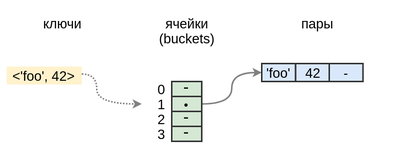
puzpuzpuz/talks keeps this draw.io diagram as 2021-ru-es6-collection-internals/slides/images/hash-table-3.png. Above is the earlier version. Source tidied: cells renumbered, new cells last; positions are measured from the earlier drawing's top-left corner, leaving out a move shared by most shapes. The source it was exported from:
```xml
<mxGraphModel>
  <root>
    <mxCell id="0" />
    <mxCell id="1" parent="0" />
    <mxCell id="2" style="endArrow=classic;html=1;fontSize=6;startSize=3;endSize=3;edgeStyle=orthogonalEdgeStyle;curved=1;strokeColor=#808080;entryX=0;entryY=0.5;entryDx=0;entryDy=0;" parent="1" edge="1" source="5" target="18">
      <mxGeometry relative="1" as="geometry">
        <Array as="points">
          <mxPoint x="150" y="65" />
          <mxPoint x="150" y="44" />
        </Array>
      </mxGeometry>
    </mxCell>
    <mxCell id="3" value="-" style="rounded=0;whiteSpace=wrap;html=1;fillColor=#d5e8d4;strokeColor=#333333;fontSize=11;spacingBottom=4;spacingTop=1;" parent="1" vertex="1">
      <mxGeometry x="110" y="50" width="20" height="10" as="geometry" />
    </mxCell>
    <mxCell id="4" value="0" style="text;html=1;strokeColor=none;fillColor=none;align=right;verticalAlign=middle;whiteSpace=wrap;rounded=0;opacity=0;fontSize=9;spacingRight=2;" parent="1" vertex="1">
      <mxGeometry x="90" y="50" width="20" height="10" as="geometry" />
    </mxCell>
    <mxCell id="5" value="•" style="rounded=0;whiteSpace=wrap;html=1;fillColor=#d5e8d4;strokeColor=#333333;fontSize=8;spacingBottom=4;spacingTop=5;" parent="1" vertex="1">
      <mxGeometry x="110" y="60" width="20" height="10" as="geometry" />
    </mxCell>
    <mxCell id="6" value="1" style="text;html=1;strokeColor=none;fillColor=none;align=right;verticalAlign=middle;whiteSpace=wrap;rounded=0;opacity=0;fontSize=9;spacingRight=2;" parent="1" vertex="1">
      <mxGeometry x="90" y="60" width="20" height="10" as="geometry" />
    </mxCell>
    <mxCell id="7" value="-" style="rounded=0;whiteSpace=wrap;html=1;fillColor=#d5e8d4;strokeColor=#333333;fontSize=11;spacingBottom=4;spacingTop=1;" parent="1" vertex="1">
      <mxGeometry x="110" y="70" width="20" height="10" as="geometry" />
    </mxCell>
    <mxCell id="8" value="2" style="text;html=1;strokeColor=none;fillColor=none;align=right;verticalAlign=middle;whiteSpace=wrap;rounded=0;opacity=0;fontSize=9;spacingRight=2;" parent="1" vertex="1">
      <mxGeometry x="90" y="70" width="20" height="10" as="geometry" />
    </mxCell>
    <mxCell id="9" value="-" style="rounded=0;whiteSpace=wrap;html=1;fillColor=#d5e8d4;strokeColor=#333333;fontSize=11;spacingBottom=4;spacingTop=1;" parent="1" vertex="1">
      <mxGeometry x="110" y="80" width="20" height="10" as="geometry" />
    </mxCell>
    <mxCell id="10" value="3" style="text;html=1;strokeColor=none;fillColor=none;align=right;verticalAlign=middle;whiteSpace=wrap;rounded=0;opacity=0;fontSize=9;spacingRight=2;" parent="1" vertex="1">
      <mxGeometry x="90" y="80" width="20" height="10" as="geometry" />
    </mxCell>
    <mxCell id="11" value="ячейки&lt;br&gt;(buckets)" style="text;html=1;strokeColor=none;fillColor=none;align=center;verticalAlign=top;whiteSpace=wrap;rounded=0;fontSize=9;" parent="1" vertex="1">
      <mxGeometry x="82.5" width="75" height="30" as="geometry" />
    </mxCell>
    <mxCell id="12" value="пары" style="text;html=1;strokeColor=none;fillColor=none;align=center;verticalAlign=top;whiteSpace=wrap;rounded=0;fontSize=9;" parent="1" vertex="1">
      <mxGeometry x="170" width="75" height="30" as="geometry" />
    </mxCell>
    <mxCell id="13" value="ключи" style="text;html=1;strokeColor=none;fillColor=none;align=center;verticalAlign=top;whiteSpace=wrap;rounded=0;fontSize=9;" parent="1" vertex="1">
      <mxGeometry width="75" height="30" as="geometry" />
    </mxCell>
    <mxCell id="14" value="&amp;lt;'foo', 42&amp;gt;" style="rounded=0;whiteSpace=wrap;html=1;fillColor=#fff2cc;labelBorderColor=none;strokeColor=none;fontSize=9;" parent="1" vertex="1">
      <mxGeometry y="40" width="50" height="12" as="geometry" />
    </mxCell>
    <mxCell id="15" style="endArrow=classic;html=1;fontSize=6;startSize=3;endSize=3;edgeStyle=orthogonalEdgeStyle;curved=1;strokeColor=#808080;entryX=0;entryY=0.5;entryDx=0;entryDy=0;dashed=1;dashPattern=1 1;" parent="1" edge="1" target="6">
      <mxGeometry relative="1" as="geometry">
        <mxPoint x="50" y="45" as="sourcePoint" />
        <Array as="points">
          <mxPoint x="60" y="45" />
          <mxPoint x="60" y="65" />
        </Array>
      </mxGeometry>
    </mxCell>
    <mxCell id="16" value="42" style="rounded=0;whiteSpace=wrap;html=1;fillColor=#dae8fc;strokeColor=#333333;fontSize=9;" parent="1" vertex="1">
      <mxGeometry x="192.5" y="38" width="22.5" height="12" as="geometry" />
    </mxCell>
    <mxCell id="17" value="-" style="rounded=0;whiteSpace=wrap;html=1;fillColor=#dae8fc;strokeColor=#333333;fontSize=9;" parent="1" vertex="1">
      <mxGeometry x="215" y="38" width="22.5" height="12" as="geometry" />
    </mxCell>
    <mxCell id="18" value="'foo'" style="rounded=0;whiteSpace=wrap;html=1;fillColor=#dae8fc;strokeColor=#333333;fontSize=9;" parent="1" vertex="1">
      <mxGeometry x="170" y="38" width="22.5" height="12" as="geometry" />
    </mxCell>
  </root>
</mxGraphModel>
```
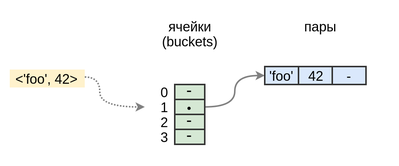
The same file after the commit.

Change to the diagram source:
```diff
@@ -40,7 +40,7 @@
     <mxCell id="12" value="пары" style="text;html=1;strokeColor=none;fillColor=none;align=center;verticalAlign=top;whiteSpace=wrap;rounded=0;fontSize=9;" parent="1" vertex="1">
       <mxGeometry x="170" width="75" height="30" as="geometry" />
     </mxCell>
-    <mxCell id="13" value="ключи" style="text;html=1;strokeColor=none;fillColor=none;align=center;verticalAlign=top;whiteSpace=wrap;rounded=0;fontSize=9;" parent="1" vertex="1">
+    <mxCell id="13" value="ключи" style="text;html=1;strokeColor=none;fillColor=none;align=center;verticalAlign=top;whiteSpace=wrap;rounded=0;fontSize=9;textOpacity=0;" parent="1" vertex="1">
       <mxGeometry width="75" height="30" as="geometry" />
     </mxCell>
     <mxCell id="14" value="&amp;lt;'foo', 42&amp;gt;" style="rounded=0;whiteSpace=wrap;html=1;fillColor=#fff2cc;labelBorderColor=none;strokeColor=none;fontSize=9;" parent="1" vertex="1">
```
